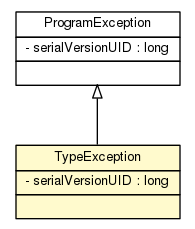
Above: doc/model/programs/TypeException.png in sinopeus/asteroids (Graphviz), before the change. Its source is kept beside it as doc/model/programs/TypeException.dot. Source of this version:
```dot

digraph G {
	edge [fontname="Helvetica",fontsize=10,labelfontname="Helvetica",labelfontsize=10];
	node [fontname="Helvetica",fontsize=10,shape=plaintext];
	nodesep=0.25;
	ranksep=0.5;
	c17063 [label=<<table title="model.programs.TypeException" border="0" cellborder="1" cellspacing="0" cellpadding="2" port="p" bgcolor="lemonChiffon" href="./TypeException.html">
		<tr><td><table border="0" cellspacing="0" cellpadding="1">
<tr><td align="center" balign="center"> TypeException </td></tr>
		</table></td></tr>
		<tr><td><table border="0" cellspacing="0" cellpadding="1">
<tr><td align="left" balign="left"> - serialVersionUID : long </td></tr>
		</table></td></tr>
		<tr><td><table border="0" cellspacing="0" cellpadding="1">
<tr><td align="left" balign="left">  </td></tr>
		</table></td></tr>
		</table>>, URL="./TypeException.html", fontname="Helvetica", fontcolor="black", fontsize=10.0];
	c17065 [label=<<table title="model.programs.ProgramException" border="0" cellborder="1" cellspacing="0" cellpadding="2" port="p" href="./ProgramException.html">
		<tr><td><table border="0" cellspacing="0" cellpadding="1">
<tr><td align="center" balign="center"> ProgramException </td></tr>
		</table></td></tr>
		<tr><td><table border="0" cellspacing="0" cellpadding="1">
<tr><td align="left" balign="left"> - serialVersionUID : long </td></tr>
		</table></td></tr>
		<tr><td><table border="0" cellspacing="0" cellpadding="1">
<tr><td align="left" balign="left">  </td></tr>
		</table></td></tr>
		</table>>, URL="./ProgramException.html", fontname="Helvetica", fontcolor="black", fontsize=10.0];
	c17065:p -> c17063:p [dir=back,arrowtail=empty];
}
```
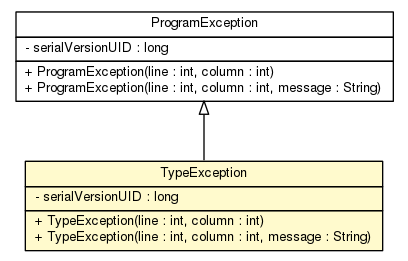
The same diagram one commit later.

Diff of the diagram source:
```diff
@@ -4,7 +4,7 @@
 	node [fontname="Helvetica",fontsize=10,shape=plaintext];
 	nodesep=0.25;
 	ranksep=0.5;
-	c17063 [label=<<table title="model.programs.TypeException" border="0" cellborder="1" cellspacing="0" cellpadding="2" port="p" bgcolor="lemonChiffon" href="./TypeException.html">
+	c17117 [label=<<table title="model.programs.TypeException" border="0" cellborder="1" cellspacing="0" cellpadding="2" port="p" bgcolor="lemonChiffon" href="./TypeException.html">
 		<tr><td><table border="0" cellspacing="0" cellpadding="1">
 <tr><td align="center" balign="center"> TypeException </td></tr>
 		</table></td></tr>
@@ -12,10 +12,11 @@
 <tr><td align="left" balign="left"> - serialVersionUID : long </td></tr>
 		</table></td></tr>
 		<tr><td><table border="0" cellspacing="0" cellpadding="1">
-<tr><td align="left" balign="left">  </td></tr>
+<tr><td align="left" balign="left"> + TypeException(line : int, column : int) </td></tr>
+<tr><td align="left" balign="left"> + TypeException(line : int, column : int, message : String) </td></tr>
 		</table></td></tr>
 		</table>>, URL="./TypeException.html", fontname="Helvetica", fontcolor="black", fontsize=10.0];
-	c17065 [label=<<table title="model.programs.ProgramException" border="0" cellborder="1" cellspacing="0" cellpadding="2" port="p" href="./ProgramException.html">
+	c17119 [label=<<table title="model.programs.ProgramException" border="0" cellborder="1" cellspacing="0" cellpadding="2" port="p" href="./ProgramException.html">
 		<tr><td><table border="0" cellspacing="0" cellpadding="1">
 <tr><td align="center" balign="center"> ProgramException </td></tr>
 		</table></td></tr>
@@ -23,8 +24,9 @@
 <tr><td align="left" balign="left"> - serialVersionUID : long </td></tr>
 		</table></td></tr>
 		<tr><td><table border="0" cellspacing="0" cellpadding="1">
-<tr><td align="left" balign="left">  </td></tr>
+<tr><td align="left" balign="left"> + ProgramException(line : int, column : int) </td></tr>
+<tr><td align="left" balign="left"> + ProgramException(line : int, column : int, message : String) </td></tr>
 		</table></td></tr>
 		</table>>, URL="./ProgramException.html", fontname="Helvetica", fontcolor="black", fontsize=10.0];
-	c17065:p -> c17063:p [dir=back,arrowtail=empty];
+	c17119:p -> c17117:p [dir=back,arrowtail=empty];
 }
```
